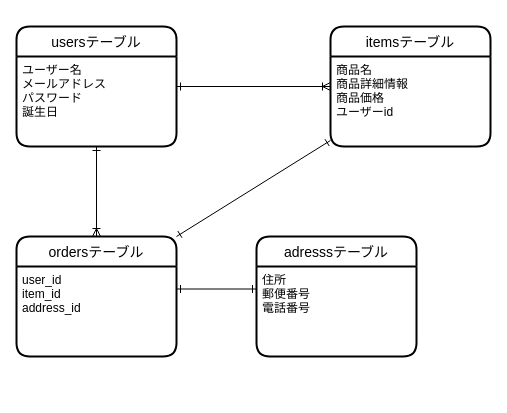
Earlier version of the draw.io diagram er.dio (kohei-san/furima-34783). Source tidied: cells renumbered, new cells numbered last; positions are measured from the earlier drawing's top-left corner, leaving out a move shared by most shapes. Both pictures are drawn from the tidied source at 100%, with x=0, y=0 at pixel (16, 26).
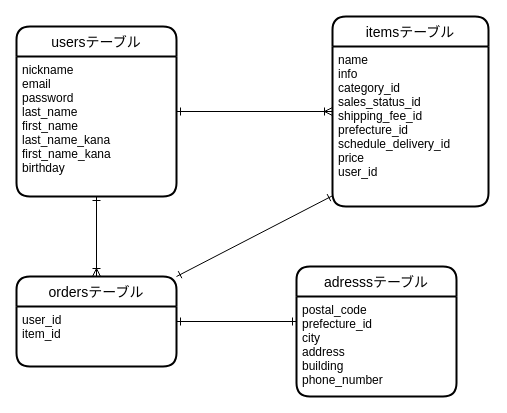
After the change.

Commit message (it also covers changes not shown here):
データベース設計修正3

Change to the diagram source:
```diff
@@
 <mxGraphModel>
   <root>
     <mxCell id="0" />
     <mxCell id="1" parent="0" />
     <mxCell id="2" style="rounded=0;jettySize=auto;html=1;entryX=0;entryY=0.5;entryDx=0;entryDy=0;startArrow=ERone;startFill=0;endArrow=ERoneToMany;endFill=0;" parent="1" edge="1" source="3" target="5">
       <mxGeometry relative="1" as="geometry" />
     </mxCell>
     <mxCell id="3" value="usersテーブル" style="swimlane;horizontal=1;startSize=30;rounded=1;fontSize=14;fontStyle=0;strokeWidth=2;shadow=0;dashed=0;align=center;" parent="1" vertex="1">
-      <mxGeometry width="160" height="120" as="geometry" />
+      <mxGeometry width="160" height="170" as="geometry" />
     </mxCell>
-    <mxCell id="4" value="ユーザー名&#10;メールアドレス&#10;パスワード&#10;誕生日" style="align=left;strokeColor=none;fillColor=none;spacingLeft=4;fontSize=12;verticalAlign=top;" parent="3" vertex="1">
-      <mxGeometry y="30" width="160" height="90" as="geometry" />
+    <mxCell id="4" value="nickname&#10;email&#10;password&#10;last_name&#10;first_name&#10;last_name_kana&#10;first_name_kana&#10;birthday" style="align=left;strokeColor=none;fillColor=none;spacingLeft=4;fontSize=12;verticalAlign=top;" parent="3" vertex="1">
+      <mxGeometry y="30" width="160" height="140" as="geometry" />
     </mxCell>
     <mxCell id="5" value="itemsテーブル" style="swimlane;horizontal=1;startSize=30;rounded=1;fontSize=14;fontStyle=0;strokeWidth=2;shadow=0;dashed=0;align=center;" parent="1" vertex="1">
-      <mxGeometry x="314" width="160" height="120" as="geometry" />
+      <mxGeometry x="316" y="-10" width="156" height="190" as="geometry" />
     </mxCell>
-    <mxCell id="6" value="商品名&#10;商品詳細情報&#10;商品価格&#10;ユーザーid&#10;&#10;" style="align=left;strokeColor=none;fillColor=none;spacingLeft=4;fontSize=12;verticalAlign=top;" parent="5" vertex="1">
-      <mxGeometry y="30" width="160" height="90" as="geometry" />
+    <mxCell id="6" value="name&#10;info&#10;category_id&#10;sales_status_id&#10;shipping_fee_id&#10;prefecture_id&#10;schedule_delivery_id&#10;price&#10;user_id" style="align=left;strokeColor=none;fillColor=none;spacingLeft=4;fontSize=12;verticalAlign=top;" parent="5" vertex="1">
+      <mxGeometry y="30" width="156" height="160" as="geometry" />
     </mxCell>
     <mxCell id="7" style="edgeStyle=none;rounded=0;jettySize=auto;html=1;exitX=1;exitY=0;exitDx=0;exitDy=0;entryX=0;entryY=0.933;entryDx=0;entryDy=0;entryPerimeter=0;startArrow=ERone;startFill=0;endArrow=ERone;endFill=0;" parent="1" edge="1" source="8" target="6">
       <mxGeometry relative="1" as="geometry" />
     </mxCell>
     <mxCell id="8" value="ordersテーブル" style="swimlane;horizontal=1;startSize=30;rounded=1;fontSize=14;fontStyle=0;strokeWidth=2;shadow=0;dashed=0;align=center;" parent="1" vertex="1">
-      <mxGeometry y="210" width="160" height="120" as="geometry" />
+      <mxGeometry y="250" width="160" height="90" as="geometry" />
     </mxCell>
-    <mxCell id="9" value="user_id&#10;item_id&#10;address_id" style="align=left;strokeColor=none;fillColor=none;spacingLeft=4;fontSize=12;verticalAlign=top;" parent="8" vertex="1">
-      <mxGeometry y="30" width="160" height="90" as="geometry" />
+    <mxCell id="9" value="user_id&#10;item_id" style="align=left;strokeColor=none;fillColor=none;spacingLeft=4;fontSize=12;verticalAlign=top;" parent="8" vertex="1">
+      <mxGeometry y="30" width="160" height="60" as="geometry" />
     </mxCell>
     <mxCell id="10" value="adresssテーブル" style="swimlane;horizontal=1;startSize=30;rounded=1;fontSize=14;fontStyle=0;strokeWidth=2;shadow=0;dashed=0;align=center;" parent="1" vertex="1">
-      <mxGeometry x="240" y="210" width="160" height="120" as="geometry" />
+      <mxGeometry x="280" y="240" width="160" height="130" as="geometry" />
     </mxCell>
-    <mxCell id="11" value="住所&#10;郵便番号&#10;電話番号" style="align=left;strokeColor=none;fillColor=none;spacingLeft=4;fontSize=12;verticalAlign=top;" parent="10" vertex="1">
-      <mxGeometry y="30" width="160" height="90" as="geometry" />
+    <mxCell id="11" value="postal_code&#10;prefecture_id&#10;city&#10;address&#10;building&#10;phone_number" style="align=left;strokeColor=none;fillColor=none;spacingLeft=4;fontSize=12;verticalAlign=top;" parent="10" vertex="1">
+      <mxGeometry y="30" width="160" height="100" as="geometry" />
     </mxCell>
     <mxCell id="12" style="edgeStyle=none;rounded=0;jettySize=auto;html=1;entryX=0.5;entryY=0;entryDx=0;entryDy=0;startArrow=ERone;startFill=0;endArrow=ERoneToMany;endFill=0;" parent="1" edge="1" source="4" target="8">
       <mxGeometry relative="1" as="geometry" />
     </mxCell>
     <mxCell id="13" style="rounded=0;jettySize=auto;html=1;exitX=1;exitY=0.25;exitDx=0;exitDy=0;entryX=0;entryY=0.25;entryDx=0;entryDy=0;startArrow=ERone;startFill=0;endArrow=ERone;endFill=0;" parent="1" edge="1" source="9" target="11">
       <mxGeometry relative="1" as="geometry" />
     </mxCell>
   </root>
 </mxGraphModel>
```
